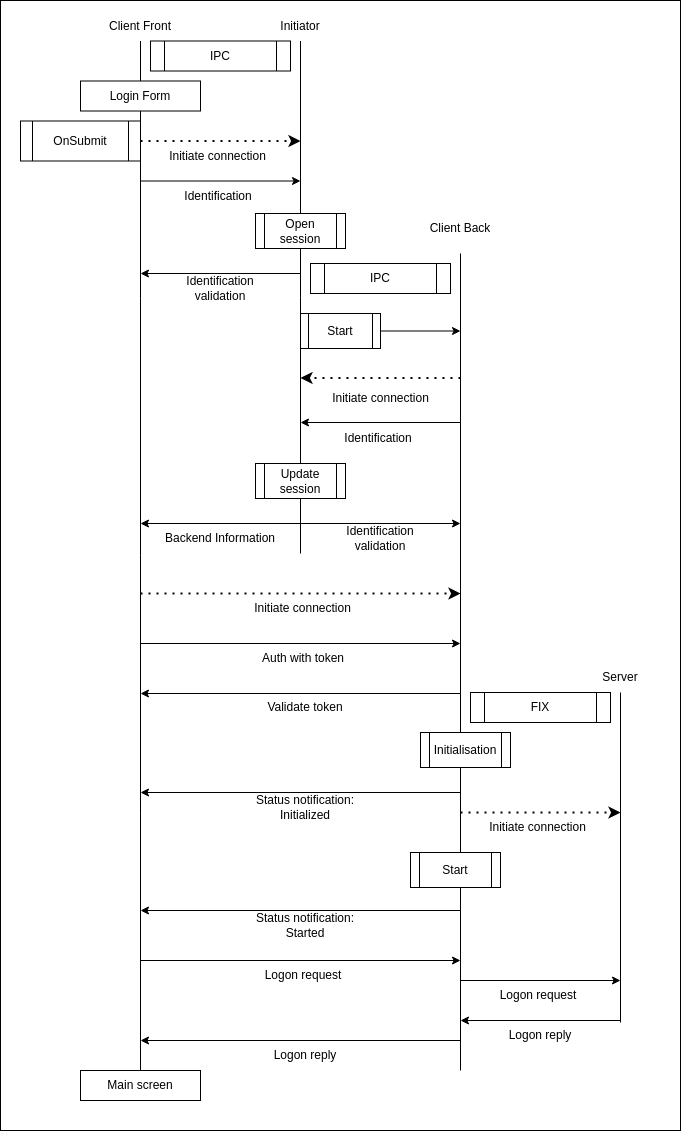
Above: client/initiator/asset/auth-protocol.png in DipStax/FIX4.2-protocol (draw.io), before the change. Source tidied: cells renumbered, new cells last; positions are measured from the earlier drawing's top-left corner, leaving out a move shared by most shapes.
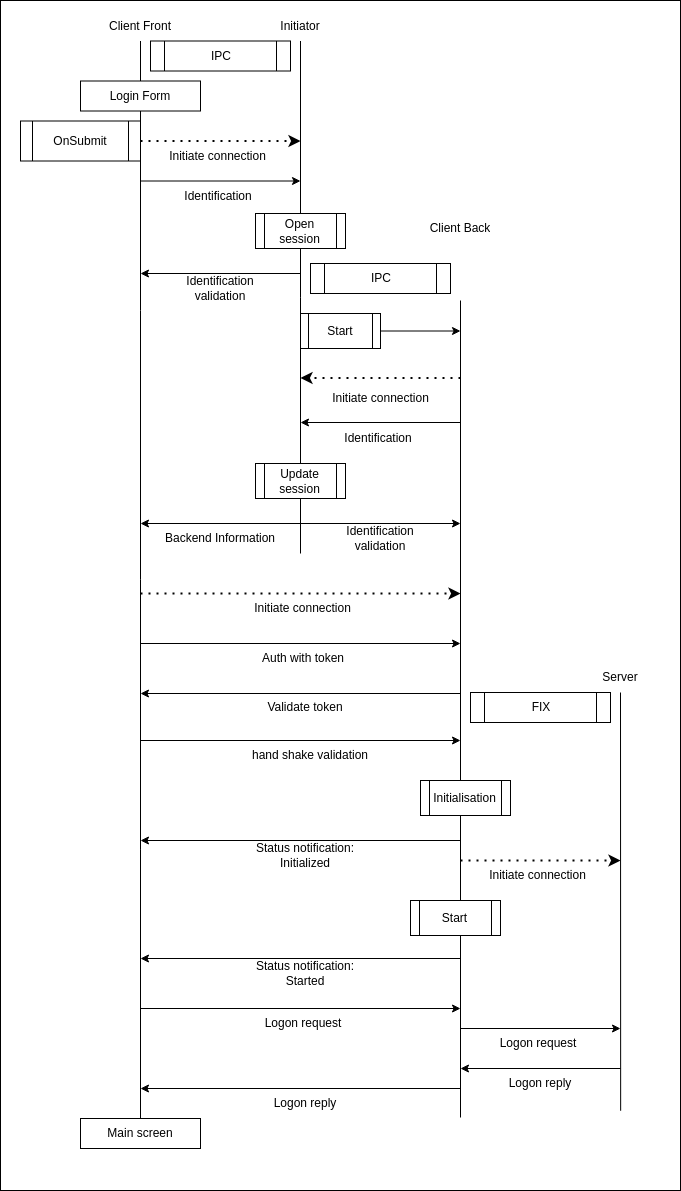
The same file after the commit.

Commit message:
doc(Client): update with new hand shake feature

Diff of the diagram source:
```diff
@@ -3,7 +3,7 @@
     <mxCell id="0" />
     <mxCell id="1" parent="0" />
     <mxCell id="2" style="rounded=0;whiteSpace=wrap;html=1;" parent="1" vertex="1">
-      <mxGeometry width="680" height="1130" as="geometry" />
+      <mxGeometry width="680" height="1190" as="geometry" />
     </mxCell>
     <mxCell id="3" style="endArrow=none;html=1;exitX=0.5;exitY=0;exitDx=0;exitDy=0;" parent="1" edge="1" source="48">
       <mxGeometry relative="1" as="geometry">
@@ -16,9 +16,10 @@
         <mxPoint x="300" y="40.5" as="targetPoint" />
       </mxGeometry>
     </mxCell>
-    <mxCell id="5" style="endArrow=none;html=1;entryX=0.5;entryY=1.333;entryDx=0;entryDy=0;entryPerimeter=0;" parent="1" edge="1" target="17">
+    <mxCell id="5" style="endArrow=none;html=1;entryX=0.5;entryY=1.333;entryDx=0;entryDy=0;entryPerimeter=0;" parent="1" edge="1">
       <mxGeometry relative="1" as="geometry">
-        <mxPoint x="460" y="1070" as="sourcePoint" />
+        <mxPoint x="460" y="1117" as="sourcePoint" />
+        <mxPoint x="460" y="300" as="targetPoint" />
       </mxGeometry>
     </mxCell>
     <mxCell id="6" value="Client Front" style="text;strokeColor=none;fillColor=none;align=center;verticalAlign=middle;spacingLeft=4;spacingRight=4;overflow=hidden;whiteSpace=wrap;html=1;" parent="1" vertex="1">
@@ -120,22 +121,21 @@
     </mxCell>
     <mxCell id="31" style="endArrow=classic;html=1;" parent="1" edge="1">
       <mxGeometry relative="1" as="geometry">
-        <mxPoint x="460" y="792" as="sourcePoint" />
-        <mxPoint x="140" y="792" as="targetPoint" />
+        <mxPoint x="460" y="840" as="sourcePoint" />
+        <mxPoint x="140" y="840" as="targetPoint" />
       </mxGeometry>
     </mxCell>
     <mxCell id="32" value="Status notification:&lt;div&gt;Initialized&lt;/div&gt;" style="text;html=1;align=center;verticalAlign=middle;whiteSpace=wrap;rounded=0;" parent="1" vertex="1">
-      <mxGeometry x="245" y="792" width="120" height="30" as="geometry" />
+      <mxGeometry x="245" y="840" width="120" height="30" as="geometry" />
     </mxCell>
     <mxCell id="33" value="Initialisation" style="shape=process;whiteSpace=wrap;html=1;backgroundOutline=1;" parent="1" vertex="1">
-      <mxGeometry x="420" y="732" width="90" height="35" as="geometry" />
+      <mxGeometry x="420" y="780" width="90" height="35" as="geometry" />
     </mxCell>
     <mxCell id="34" value="Server" style="text;strokeColor=none;fillColor=none;align=center;verticalAlign=middle;spacingLeft=4;spacingRight=4;overflow=hidden;whiteSpace=wrap;html=1;" parent="1" vertex="1">
       <mxGeometry x="580" y="662" width="80" height="30" as="geometry" />
     </mxCell>
-    <mxCell id="35" style="endArrow=none;html=1;" parent="1" edge="1">
+    <mxCell id="35" style="endArrow=none;html=1;exitX=0.912;exitY=0.933;exitDx=0;exitDy=0;exitPerimeter=0;" parent="1" edge="1" source="2">
       <mxGeometry relative="1" as="geometry">
-        <mxPoint x="620" y="1022" as="sourcePoint" />
         <mxPoint x="620" y="692" as="targetPoint" />
       </mxGeometry>
     </mxCell>
@@ -144,54 +144,54 @@
     </mxCell>
     <mxCell id="37" style="endArrow=classic;dashed=1;html=1;dashPattern=1 3;strokeWidth=2;exitX=1;exitY=0.5;exitDx=0;exitDy=0;endFill=1;" parent="1" edge="1">
       <mxGeometry relative="1" as="geometry">
-        <mxPoint x="460" y="812" as="sourcePoint" />
-        <mxPoint x="620" y="812" as="targetPoint" />
+        <mxPoint x="460" y="860" as="sourcePoint" />
+        <mxPoint x="620" y="860" as="targetPoint" />
       </mxGeometry>
     </mxCell>
     <mxCell id="38" value="Initiate connection" style="text;html=1;align=center;verticalAlign=middle;whiteSpace=wrap;rounded=0;" parent="1" vertex="1">
-      <mxGeometry x="485" y="812" width="105" height="30" as="geometry" />
+      <mxGeometry x="485" y="860" width="105" height="30" as="geometry" />
     </mxCell>
     <mxCell id="39" style="endArrow=classic;html=1;" parent="1" edge="1">
       <mxGeometry relative="1" as="geometry">
-        <mxPoint x="140" y="960" as="sourcePoint" />
-        <mxPoint x="460" y="960" as="targetPoint" />
+        <mxPoint x="140" y="1008" as="sourcePoint" />
+        <mxPoint x="460" y="1008" as="targetPoint" />
       </mxGeometry>
     </mxCell>
     <mxCell id="40" value="Logon request" style="text;html=1;align=center;verticalAlign=middle;whiteSpace=wrap;rounded=0;" parent="1" vertex="1">
-      <mxGeometry x="242.5" y="960" width="120" height="30" as="geometry" />
+      <mxGeometry x="242.5" y="1008" width="120" height="30" as="geometry" />
     </mxCell>
     <mxCell id="41" style="endArrow=classic;html=1;" parent="1" edge="1">
       <mxGeometry relative="1" as="geometry">
-        <mxPoint x="460" y="980" as="sourcePoint" />
-        <mxPoint x="620" y="980" as="targetPoint" />
+        <mxPoint x="460" y="1028" as="sourcePoint" />
+        <mxPoint x="620" y="1028" as="targetPoint" />
       </mxGeometry>
     </mxCell>
     <mxCell id="42" value="Logon request" style="text;html=1;align=center;verticalAlign=middle;whiteSpace=wrap;rounded=0;" parent="1" vertex="1">
-      <mxGeometry x="477.5" y="980" width="120" height="30" as="geometry" />
+      <mxGeometry x="477.5" y="1028" width="120" height="30" as="geometry" />
     </mxCell>
     <mxCell id="43" style="endArrow=classic;html=1;" parent="1" edge="1">
       <mxGeometry relative="1" as="geometry">
-        <mxPoint x="620" y="1020" as="sourcePoint" />
-        <mxPoint x="460" y="1020" as="targetPoint" />
+        <mxPoint x="620" y="1068" as="sourcePoint" />
+        <mxPoint x="460" y="1068" as="targetPoint" />
       </mxGeometry>
     </mxCell>
     <mxCell id="44" value="Logon reply" style="text;html=1;align=center;verticalAlign=middle;whiteSpace=wrap;rounded=0;" parent="1" vertex="1">
-      <mxGeometry x="480" y="1020" width="120" height="30" as="geometry" />
+      <mxGeometry x="480" y="1068" width="120" height="30" as="geometry" />
     </mxCell>
     <mxCell id="45" style="endArrow=classic;html=1;" parent="1" edge="1">
       <mxGeometry relative="1" as="geometry">
-        <mxPoint x="460" y="1040" as="sourcePoint" />
-        <mxPoint x="140" y="1040" as="targetPoint" />
+        <mxPoint x="460" y="1088" as="sourcePoint" />
+        <mxPoint x="140" y="1088" as="targetPoint" />
       </mxGeometry>
     </mxCell>
     <mxCell id="46" value="Logon reply" style="text;html=1;align=center;verticalAlign=middle;whiteSpace=wrap;rounded=0;" parent="1" vertex="1">
-      <mxGeometry x="245" y="1040" width="120" height="30" as="geometry" />
+      <mxGeometry x="245" y="1088" width="120" height="30" as="geometry" />
     </mxCell>
     <mxCell id="47" value="Start" style="shape=process;whiteSpace=wrap;html=1;backgroundOutline=1;" parent="1" vertex="1">
-      <mxGeometry x="410" y="852" width="90" height="35" as="geometry" />
+      <mxGeometry x="410" y="900" width="90" height="35" as="geometry" />
     </mxCell>
     <mxCell id="48" value="Main screen" style="rounded=0;whiteSpace=wrap;html=1;" parent="1" vertex="1">
-      <mxGeometry x="80" y="1070" width="120" height="30" as="geometry" />
+      <mxGeometry x="80" y="1118" width="120" height="30" as="geometry" />
     </mxCell>
     <mxCell id="49" style="endArrow=classic;html=1;" parent="1" edge="1">
       <mxGeometry relative="1" as="geometry">
@@ -221,13 +221,22 @@
       <mxGeometry x="250" y="593" width="105" height="30" as="geometry" />
     </mxCell>
     <mxCell id="55" value="Status notification:&lt;div&gt;Started&lt;/div&gt;" style="text;html=1;align=center;verticalAlign=middle;whiteSpace=wrap;rounded=0;" parent="1" vertex="1">
-      <mxGeometry x="245" y="910" width="120" height="30" as="geometry" />
+      <mxGeometry x="245" y="958" width="120" height="30" as="geometry" />
     </mxCell>
     <mxCell id="56" style="endArrow=classic;html=1;" parent="1" edge="1">
       <mxGeometry relative="1" as="geometry">
-        <mxPoint x="460" y="910" as="sourcePoint" />
-        <mxPoint x="140" y="910" as="targetPoint" />
+        <mxPoint x="460" y="958" as="sourcePoint" />
+        <mxPoint x="140" y="958" as="targetPoint" />
       </mxGeometry>
     </mxCell>
+    <mxCell id="57" style="endArrow=classic;html=1;" parent="1" edge="1">
+      <mxGeometry relative="1" as="geometry">
+        <mxPoint x="140" y="740" as="sourcePoint" />
+        <mxPoint x="460" y="740" as="targetPoint" />
+      </mxGeometry>
+    </mxCell>
+    <mxCell id="58" value="hand shake validation" style="text;html=1;align=center;verticalAlign=middle;whiteSpace=wrap;rounded=0;" parent="1" vertex="1">
+      <mxGeometry x="250" y="740" width="120" height="30" as="geometry" />
+    </mxCell>
   </root>
 </mxGraphModel>
```
